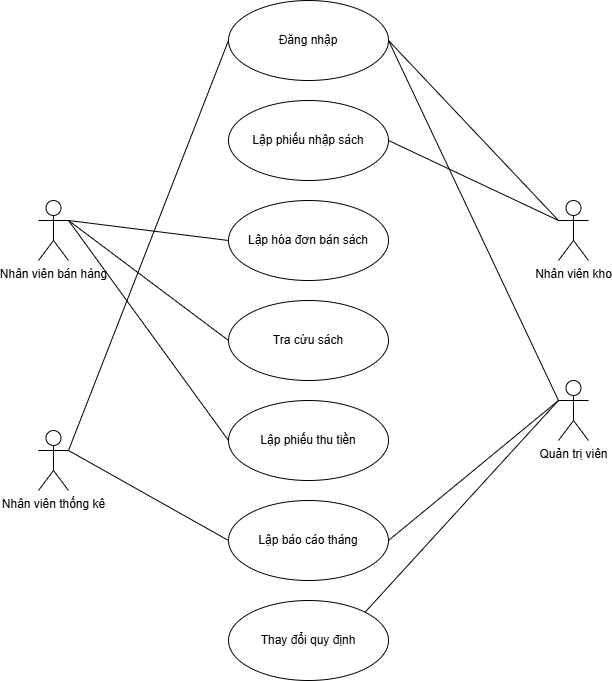
This is Usecase_doan/UCtong.drawio.png from yoomost/Bookstore-Managing, a draw.io export, as it was before one commit. Source tidied: cells renumbered, new cells last; positions are measured from the earlier drawing's top-left corner, leaving out a move shared by most shapes. Its diagram source:
```xml
<mxGraphModel>
  <root>
    <mxCell id="0" />
    <mxCell id="1" parent="0" />
    <mxCell id="2" value="Nhân viên thống kê" style="shape=umlActor;verticalLabelPosition=bottom;verticalAlign=top;html=1;outlineConnect=0;" parent="1" vertex="1">
      <mxGeometry y="430" width="30" height="60" as="geometry" />
    </mxCell>
    <mxCell id="3" value="Nhân viên bán hàng" style="shape=umlActor;verticalLabelPosition=bottom;verticalAlign=top;html=1;outlineConnect=0;" parent="1" vertex="1">
      <mxGeometry y="200" width="30" height="60" as="geometry" />
    </mxCell>
    <mxCell id="4" value="Nhân viên kho" style="shape=umlActor;verticalLabelPosition=bottom;verticalAlign=top;html=1;outlineConnect=0;" parent="1" vertex="1">
      <mxGeometry x="520" y="200" width="30" height="60" as="geometry" />
    </mxCell>
    <mxCell id="5" value="Quản trị viên" style="shape=umlActor;verticalLabelPosition=bottom;verticalAlign=top;html=1;outlineConnect=0;" parent="1" vertex="1">
      <mxGeometry x="520" y="380" width="30" height="60" as="geometry" />
    </mxCell>
    <mxCell id="6" value="Lập phiếu nhập sách" style="ellipse;whiteSpace=wrap;html=1;" parent="1" vertex="1">
      <mxGeometry x="190" y="100" width="160" height="80" as="geometry" />
    </mxCell>
    <mxCell id="7" value="Lập hóa đơn bán sách" style="ellipse;whiteSpace=wrap;html=1;" parent="1" vertex="1">
      <mxGeometry x="190" y="200" width="160" height="80" as="geometry" />
    </mxCell>
    <mxCell id="8" value="Lập phiếu thu tiền" style="ellipse;whiteSpace=wrap;html=1;" parent="1" vertex="1">
      <mxGeometry x="190" y="400" width="160" height="80" as="geometry" />
    </mxCell>
    <mxCell id="9" value="Lập báo cáo tháng" style="ellipse;whiteSpace=wrap;html=1;" parent="1" vertex="1">
      <mxGeometry x="190" y="500" width="160" height="80" as="geometry" />
    </mxCell>
    <mxCell id="10" value="Tra cứu sách" style="ellipse;whiteSpace=wrap;html=1;" parent="1" vertex="1">
      <mxGeometry x="190" y="300" width="160" height="80" as="geometry" />
    </mxCell>
    <mxCell id="11" value="Đăng nhập" style="ellipse;whiteSpace=wrap;html=1;" parent="1" vertex="1">
      <mxGeometry x="190" width="160" height="80" as="geometry" />
    </mxCell>
    <mxCell id="12" value="Thay đổi quy định" style="ellipse;whiteSpace=wrap;html=1;" parent="1" vertex="1">
      <mxGeometry x="190" y="600" width="160" height="80" as="geometry" />
    </mxCell>
    <mxCell id="13" style="endArrow=none;html=1;rounded=0;exitX=1;exitY=0.3333333333333333;exitDx=0;exitDy=0;exitPerimeter=0;entryX=0;entryY=0.5;entryDx=0;entryDy=0;" parent="1" edge="1" source="2" target="11">
      <mxGeometry relative="1" as="geometry" />
    </mxCell>
    <mxCell id="14" style="endArrow=none;html=1;rounded=0;exitX=1;exitY=0.3333333333333333;exitDx=0;exitDy=0;exitPerimeter=0;entryX=0;entryY=0.5;entryDx=0;entryDy=0;" parent="1" edge="1" source="2" target="9">
      <mxGeometry relative="1" as="geometry" />
    </mxCell>
    <mxCell id="15" style="endArrow=none;html=1;rounded=0;exitX=1;exitY=0.3333333333333333;exitDx=0;exitDy=0;exitPerimeter=0;entryX=0;entryY=0.5;entryDx=0;entryDy=0;" parent="1" edge="1" source="3" target="7">
      <mxGeometry relative="1" as="geometry" />
    </mxCell>
    <mxCell id="16" style="endArrow=none;html=1;rounded=0;exitX=1;exitY=0.3333333333333333;exitDx=0;exitDy=0;exitPerimeter=0;entryX=0;entryY=0.5;entryDx=0;entryDy=0;" parent="1" edge="1" source="3" target="8">
      <mxGeometry relative="1" as="geometry" />
    </mxCell>
    <mxCell id="17" style="endArrow=none;html=1;rounded=0;exitX=1;exitY=0.5;exitDx=0;exitDy=0;entryX=0;entryY=0.3333333333333333;entryDx=0;entryDy=0;entryPerimeter=0;" parent="1" edge="1" source="6" target="4">
      <mxGeometry relative="1" as="geometry" />
    </mxCell>
    <mxCell id="18" style="endArrow=none;html=1;rounded=0;exitX=1;exitY=0.3333333333333333;exitDx=0;exitDy=0;exitPerimeter=0;entryX=0;entryY=0.5;entryDx=0;entryDy=0;" parent="1" edge="1" source="3" target="10">
      <mxGeometry relative="1" as="geometry" />
    </mxCell>
    <mxCell id="19" style="endArrow=none;html=1;rounded=0;exitX=1;exitY=0.5;exitDx=0;exitDy=0;entryX=0;entryY=0.3333333333333333;entryDx=0;entryDy=0;entryPerimeter=0;" parent="1" edge="1" source="11" target="4">
      <mxGeometry relative="1" as="geometry" />
    </mxCell>
    <mxCell id="20" style="endArrow=none;html=1;rounded=0;exitX=1;exitY=0;exitDx=0;exitDy=0;entryX=0;entryY=0.3333333333333333;entryDx=0;entryDy=0;entryPerimeter=0;" parent="1" edge="1" source="12" target="5">
      <mxGeometry relative="1" as="geometry" />
    </mxCell>
    <mxCell id="21" style="endArrow=none;html=1;rounded=0;exitX=0;exitY=0.3333333333333333;exitDx=0;exitDy=0;exitPerimeter=0;entryX=1;entryY=0.5;entryDx=0;entryDy=0;" parent="1" edge="1" source="5" target="11">
      <mxGeometry relative="1" as="geometry" />
    </mxCell>
    <mxCell id="22" style="endArrow=none;html=1;rounded=0;exitX=1;exitY=0.5;exitDx=0;exitDy=0;entryX=0;entryY=0.3333333333333333;entryDx=0;entryDy=0;entryPerimeter=0;" parent="1" edge="1" source="9" target="5">
      <mxGeometry relative="1" as="geometry" />
    </mxCell>
  </root>
</mxGraphModel>
```
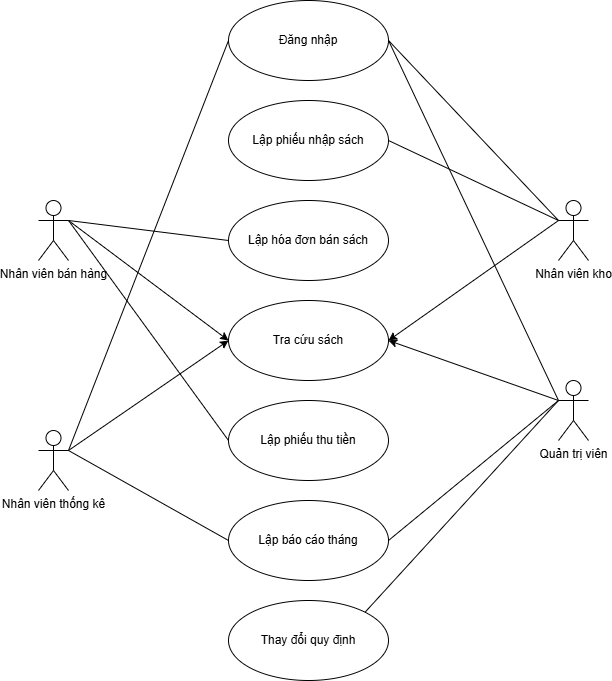
The same file after the commit.

Change to the diagram source:
```diff
@@ -50,8 +50,10 @@
     <mxCell id="17" style="endArrow=none;html=1;rounded=0;exitX=1;exitY=0.5;exitDx=0;exitDy=0;entryX=0;entryY=0.3333333333333333;entryDx=0;entryDy=0;entryPerimeter=0;" parent="1" edge="1" source="6" target="4">
       <mxGeometry relative="1" as="geometry" />
     </mxCell>
-    <mxCell id="18" style="endArrow=none;html=1;rounded=0;exitX=1;exitY=0.3333333333333333;exitDx=0;exitDy=0;exitPerimeter=0;entryX=0;entryY=0.5;entryDx=0;entryDy=0;" parent="1" edge="1" source="3" target="10">
-      <mxGeometry relative="1" as="geometry" />
+    <mxCell id="18" style="endArrow=classic;html=1;rounded=0;entryX=0;entryY=0.5;entryDx=0;entryDy=0;" parent="1" edge="1" target="10">
+      <mxGeometry relative="1" as="geometry">
+        <mxPoint x="30" y="220" as="sourcePoint" />
+      </mxGeometry>
     </mxCell>
     <mxCell id="19" style="endArrow=none;html=1;rounded=0;exitX=1;exitY=0.5;exitDx=0;exitDy=0;entryX=0;entryY=0.3333333333333333;entryDx=0;entryDy=0;entryPerimeter=0;" parent="1" edge="1" source="11" target="4">
       <mxGeometry relative="1" as="geometry" />
@@ -65,5 +67,14 @@
     <mxCell id="22" style="endArrow=none;html=1;rounded=0;exitX=1;exitY=0.5;exitDx=0;exitDy=0;entryX=0;entryY=0.3333333333333333;entryDx=0;entryDy=0;entryPerimeter=0;" parent="1" edge="1" source="9" target="5">
       <mxGeometry relative="1" as="geometry" />
     </mxCell>
+    <mxCell id="23" style="endArrow=classic;html=1;rounded=0;exitX=1;exitY=0.3333333333333333;exitDx=0;exitDy=0;exitPerimeter=0;entryX=0;entryY=0.5;entryDx=0;entryDy=0;" parent="1" edge="1" source="2" target="10">
+      <mxGeometry relative="1" as="geometry" />
+    </mxCell>
+    <mxCell id="24" style="endArrow=classic;html=1;rounded=0;entryX=1;entryY=0.5;entryDx=0;entryDy=0;exitX=0;exitY=0.3333333333333333;exitDx=0;exitDy=0;exitPerimeter=0;" parent="1" edge="1" source="4" target="10">
+      <mxGeometry relative="1" as="geometry" />
+    </mxCell>
+    <mxCell id="25" style="endArrow=classic;html=1;rounded=0;entryX=1;entryY=0.5;entryDx=0;entryDy=0;exitX=0;exitY=0.3333333333333333;exitDx=0;exitDy=0;exitPerimeter=0;" parent="1" edge="1" source="5" target="10">
+      <mxGeometry relative="1" as="geometry" />
+    </mxCell>
   </root>
 </mxGraphModel>
```
